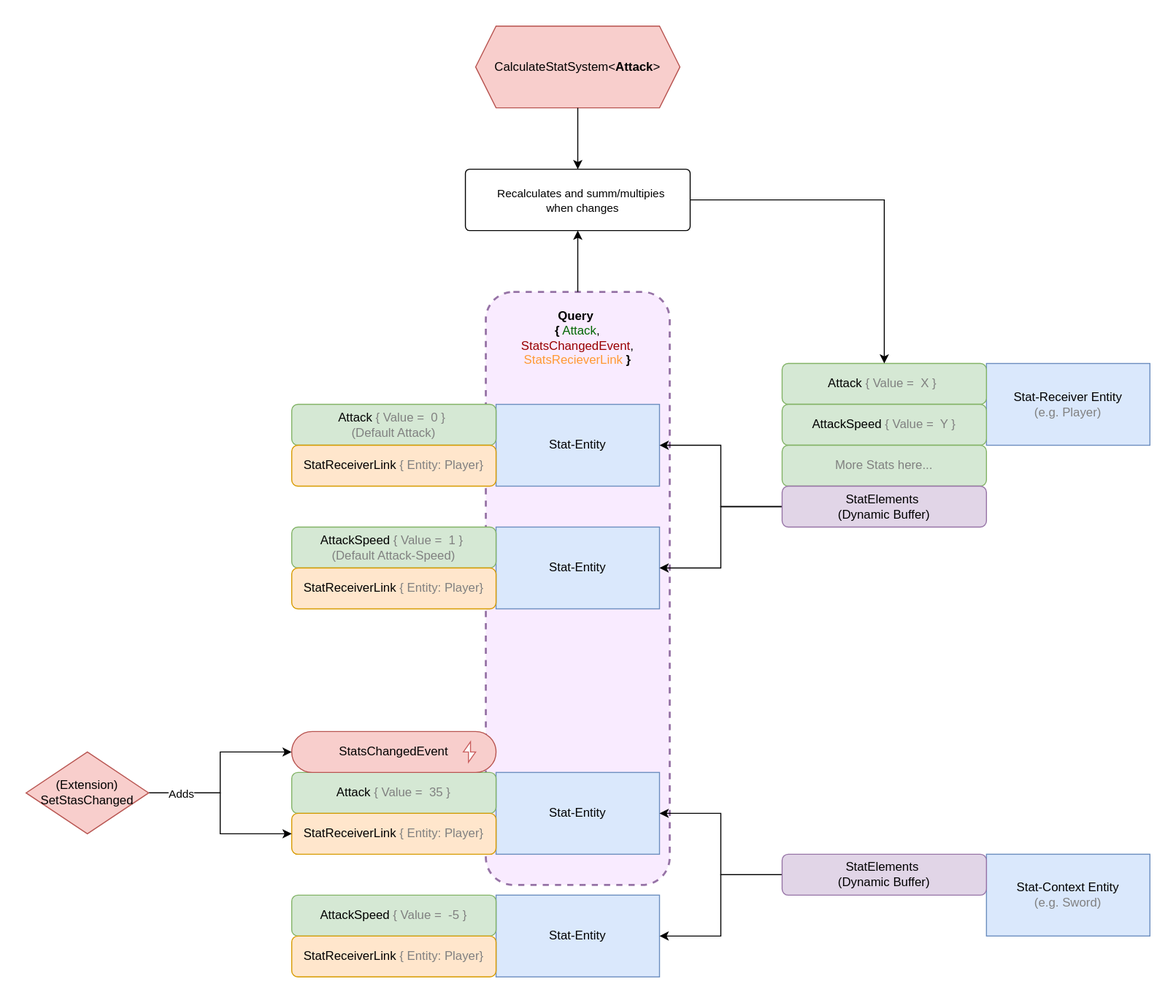
SinyavtsevIlya/DOTS-Stats keeps this draw.io diagram as Diagram.svg. Above is the earlier version. Source tidied: cells renumbered, new cells last; positions are measured from the earlier drawing's top-left corner, leaving out a move shared by most shapes.
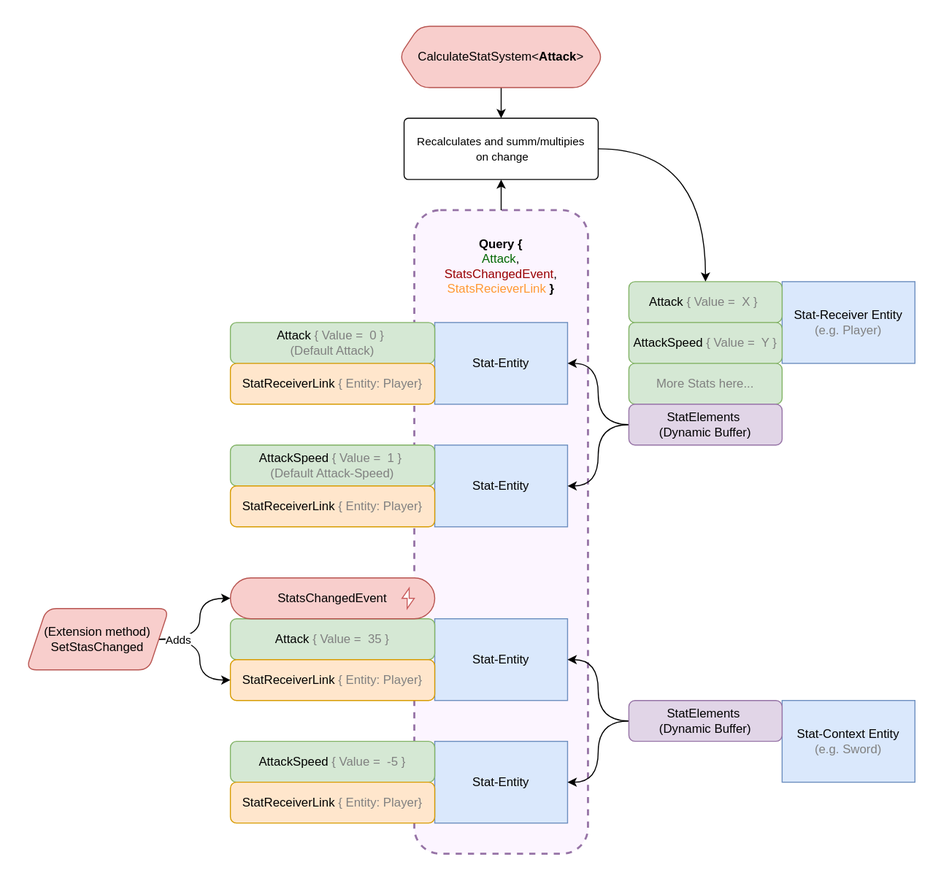
After the change.

The edit, as a diff of the source:
```diff
@@ -2,53 +2,53 @@
   <root>
     <mxCell id="0" />
     <mxCell id="1" parent="0" />
-    <mxCell id="2" style="rounded=1;whiteSpace=wrap;html=1;dashed=1;strokeWidth=2;strokeColor=#9673a6;align=left;fillColor=#F9EBFF;" parent="1" vertex="1">
-      <mxGeometry x="450" y="260" width="180" height="580" as="geometry" />
+    <mxCell id="2" style="rounded=1;whiteSpace=wrap;html=1;dashed=1;strokeWidth=2;strokeColor=#9673a6;align=left;glass=0;fillColor=#FCF5FF;" parent="1" vertex="1">
+      <mxGeometry x="440" y="260" width="170" height="630" as="geometry" />
     </mxCell>
     <mxCell id="3" value="Stat-Context Entity&lt;br&gt;&lt;font color=&quot;#808080&quot;&gt;(e.g. Sword)&lt;/font&gt;" style="rounded=0;whiteSpace=wrap;html=1;fillColor=#dae8fc;strokeColor=#6c8ebf;" parent="1" vertex="1">
-      <mxGeometry x="940" y="810" width="160" height="80" as="geometry" />
+      <mxGeometry x="800" y="740" width="130" height="80" as="geometry" />
     </mxCell>
     <mxCell id="4" value="Stat-Entity" style="rounded=0;whiteSpace=wrap;html=1;fillColor=#dae8fc;strokeColor=#6c8ebf;" parent="1" vertex="1">
-      <mxGeometry x="460" y="730" width="160" height="80" as="geometry" />
+      <mxGeometry x="460" y="660" width="130" height="80" as="geometry" />
     </mxCell>
     <mxCell id="5" value="Attack&lt;font color=&quot;#808080&quot;&gt; { Value =&amp;nbsp; 35 }&lt;/font&gt;" style="rounded=1;whiteSpace=wrap;html=1;fillColor=#d5e8d4;strokeColor=#82b366;" parent="1" vertex="1">
-      <mxGeometry x="260" y="730" width="200" height="40" as="geometry" />
+      <mxGeometry x="260" y="660" width="200" height="40" as="geometry" />
     </mxCell>
     <mxCell id="6" value="StatReceiverLink &lt;font color=&quot;#808080&quot;&gt;{ Entity: Player}&lt;/font&gt;" style="rounded=1;whiteSpace=wrap;html=1;fillColor=#ffe6cc;strokeColor=#d79b00;" parent="1" vertex="1">
-      <mxGeometry x="260" y="770" width="200" height="40" as="geometry" />
+      <mxGeometry x="260" y="700" width="200" height="40" as="geometry" />
     </mxCell>
     <mxCell id="7" value="Stat-Entity" style="rounded=0;whiteSpace=wrap;html=1;fillColor=#dae8fc;strokeColor=#6c8ebf;" parent="1" vertex="1">
-      <mxGeometry x="460" y="850" width="160" height="80" as="geometry" />
+      <mxGeometry x="460" y="780" width="130" height="80" as="geometry" />
     </mxCell>
     <mxCell id="8" value="AttackSpeed&lt;font color=&quot;#808080&quot;&gt; { Value =&amp;nbsp; -5 }&lt;/font&gt;" style="rounded=1;whiteSpace=wrap;html=1;fillColor=#d5e8d4;strokeColor=#82b366;" parent="1" vertex="1">
-      <mxGeometry x="260" y="850" width="200" height="40" as="geometry" />
+      <mxGeometry x="260" y="780" width="200" height="40" as="geometry" />
     </mxCell>
     <mxCell id="9" value="StatReceiverLink &lt;font color=&quot;#808080&quot;&gt;{ Entity: Player}&lt;/font&gt;" style="rounded=1;whiteSpace=wrap;html=1;fillColor=#ffe6cc;strokeColor=#d79b00;" parent="1" vertex="1">
-      <mxGeometry x="260" y="890" width="200" height="40" as="geometry" />
+      <mxGeometry x="260" y="820" width="200" height="40" as="geometry" />
     </mxCell>
-    <mxCell id="10" style="edgeStyle=orthogonalEdgeStyle;rounded=0;jettySize=auto;html=1;" parent="1" edge="1" source="12" target="4">
+    <mxCell id="10" style="edgeStyle=orthogonalEdgeStyle;rounded=0;jettySize=auto;html=1;curved=1;" parent="1" edge="1" source="12" target="4">
       <mxGeometry relative="1" as="geometry" />
     </mxCell>
-    <mxCell id="11" style="edgeStyle=orthogonalEdgeStyle;rounded=0;jettySize=auto;html=1;entryX=1;entryY=0.5;entryDx=0;entryDy=0;" parent="1" edge="1" source="12" target="7">
+    <mxCell id="11" style="edgeStyle=orthogonalEdgeStyle;rounded=0;jettySize=auto;html=1;entryX=1;entryY=0.5;entryDx=0;entryDy=0;curved=1;" parent="1" edge="1" source="12" target="7">
       <mxGeometry relative="1" as="geometry" />
     </mxCell>
     <mxCell id="12" value="StatElements&amp;nbsp;&lt;br&gt;(Dynamic Buffer)" style="rounded=1;whiteSpace=wrap;html=1;fillColor=#e1d5e7;strokeColor=#9673a6;" parent="1" vertex="1">
-      <mxGeometry x="740" y="810" width="200" height="40" as="geometry" />
+      <mxGeometry x="650" y="740" width="150" height="40" as="geometry" />
     </mxCell>
     <mxCell id="13" value="Stat-Receiver Entity&lt;br&gt;&lt;font color=&quot;#808080&quot;&gt;(e.g. Player)&lt;/font&gt;" style="rounded=0;whiteSpace=wrap;html=1;fillColor=#dae8fc;strokeColor=#6c8ebf;" parent="1" vertex="1">
-      <mxGeometry x="940" y="330" width="160" height="80" as="geometry" />
+      <mxGeometry x="800" y="330" width="130" height="80" as="geometry" />
     </mxCell>
     <mxCell id="14" value="Attack&lt;font color=&quot;#808080&quot;&gt; { Value =&amp;nbsp; X }&amp;nbsp;&lt;br&gt;&lt;/font&gt;" style="rounded=1;whiteSpace=wrap;html=1;fillColor=#d5e8d4;strokeColor=#82b366;" parent="1" vertex="1">
-      <mxGeometry x="740" y="330" width="200" height="40" as="geometry" />
+      <mxGeometry x="650" y="330" width="150" height="40" as="geometry" />
     </mxCell>
     <mxCell id="15" value="AttackSpeed&lt;font color=&quot;#808080&quot;&gt;&amp;nbsp;{ Value =&amp;nbsp; Y }&lt;br&gt;&lt;/font&gt;" style="rounded=1;whiteSpace=wrap;html=1;fillColor=#d5e8d4;strokeColor=#82b366;" parent="1" vertex="1">
-      <mxGeometry x="740" y="370" width="200" height="40" as="geometry" />
+      <mxGeometry x="650" y="370" width="150" height="40" as="geometry" />
     </mxCell>
     <mxCell id="16" value="&lt;font color=&quot;#808080&quot;&gt;More Stats here...&lt;br&gt;&lt;/font&gt;" style="rounded=1;whiteSpace=wrap;html=1;fillColor=#d5e8d4;strokeColor=#82b366;" parent="1" vertex="1">
-      <mxGeometry x="740" y="410" width="200" height="40" as="geometry" />
+      <mxGeometry x="650" y="410" width="150" height="40" as="geometry" />
     </mxCell>
     <mxCell id="17" value="Stat-Entity" style="rounded=0;whiteSpace=wrap;html=1;fillColor=#dae8fc;strokeColor=#6c8ebf;" parent="1" vertex="1">
-      <mxGeometry x="460" y="370" width="160" height="80" as="geometry" />
+      <mxGeometry x="460" y="370" width="130" height="80" as="geometry" />
     </mxCell>
     <mxCell id="18" value="Attack&lt;font color=&quot;#808080&quot;&gt;&amp;nbsp;{ Value =&amp;nbsp; 0 }&amp;nbsp;&lt;br&gt;(Default Attack)&lt;/font&gt;" style="rounded=1;whiteSpace=wrap;html=1;fillColor=#d5e8d4;strokeColor=#82b366;" parent="1" vertex="1">
       <mxGeometry x="260" y="370" width="200" height="40" as="geometry" />
@@ -57,7 +57,7 @@
       <mxGeometry x="260" y="410" width="200" height="40" as="geometry" />
     </mxCell>
     <mxCell id="20" value="Stat-Entity" style="rounded=0;whiteSpace=wrap;html=1;fillColor=#dae8fc;strokeColor=#6c8ebf;" parent="1" vertex="1">
-      <mxGeometry x="460" y="490" width="160" height="80" as="geometry" />
+      <mxGeometry x="460" y="490" width="130" height="80" as="geometry" />
     </mxCell>
     <mxCell id="21" value="AttackSpeed&lt;font color=&quot;#808080&quot;&gt;&amp;nbsp;{ Value =&amp;nbsp; 1 }&amp;nbsp;&lt;br&gt;(Default Attack-Speed)&lt;/font&gt;" style="rounded=1;whiteSpace=wrap;html=1;fillColor=#d5e8d4;strokeColor=#82b366;" parent="1" vertex="1">
       <mxGeometry x="260" y="490" width="200" height="40" as="geometry" />
@@ -65,62 +65,52 @@
     <mxCell id="22" value="StatReceiverLink &lt;font color=&quot;#808080&quot;&gt;{ Entity: Player}&lt;/font&gt;" style="rounded=1;whiteSpace=wrap;html=1;fillColor=#ffe6cc;strokeColor=#d79b00;" parent="1" vertex="1">
       <mxGeometry x="260" y="530" width="200" height="40" as="geometry" />
     </mxCell>
-    <mxCell id="23" style="edgeStyle=orthogonalEdgeStyle;rounded=0;jettySize=auto;html=1;" parent="1" edge="1" source="25" target="17">
+    <mxCell id="23" style="edgeStyle=orthogonalEdgeStyle;rounded=0;jettySize=auto;html=1;curved=1;" parent="1" edge="1" source="25" target="17">
       <mxGeometry relative="1" as="geometry" />
     </mxCell>
-    <mxCell id="24" style="edgeStyle=orthogonalEdgeStyle;rounded=0;jettySize=auto;html=1;entryX=1;entryY=0.5;entryDx=0;entryDy=0;" parent="1" edge="1" source="25" target="20">
+    <mxCell id="24" style="edgeStyle=orthogonalEdgeStyle;rounded=0;jettySize=auto;html=1;entryX=1;entryY=0.5;entryDx=0;entryDy=0;curved=1;" parent="1" edge="1" source="25" target="20">
       <mxGeometry relative="1" as="geometry" />
     </mxCell>
     <mxCell id="25" value="StatElements&amp;nbsp;&lt;br&gt;(Dynamic Buffer)" style="rounded=1;whiteSpace=wrap;html=1;fillColor=#e1d5e7;strokeColor=#9673a6;" parent="1" vertex="1">
-      <mxGeometry x="740" y="450" width="200" height="40" as="geometry" />
+      <mxGeometry x="650" y="450" width="150" height="40" as="geometry" />
     </mxCell>
     <mxCell id="26" value="StatsChangedEvent" style="rounded=1;whiteSpace=wrap;html=1;arcSize=50;fillColor=#f8cecc;strokeColor=#b85450;" parent="1" vertex="1">
-      <mxGeometry x="260" y="690" width="200" height="40" as="geometry" />
+      <mxGeometry x="260" y="620" width="200" height="40" as="geometry" />
     </mxCell>
     <mxCell id="27" style="html=1;verticalLabelPosition=bottom;align=center;labelBackgroundColor=#ffffff;verticalAlign=top;strokeWidth=1;shadow=0;dashed=0;shape=mxgraph.ios7.icons.flash;strokeColor=#C95D5D;" parent="1" vertex="1">
-      <mxGeometry x="428" y="700" width="12" height="20" as="geometry" />
+      <mxGeometry x="428" y="630" width="12" height="20" as="geometry" />
     </mxCell>
     <mxCell id="28" style="edgeStyle=orthogonalEdgeStyle;rounded=0;jettySize=auto;html=1;entryX=0.5;entryY=0;entryDx=0;entryDy=0;startArrow=classic;startFill=1;endArrow=none;endFill=0;" parent="1" edge="1" source="36" target="2">
       <mxGeometry relative="1" as="geometry" />
     </mxCell>
+    <mxCell id="37" style="edgeStyle=orthogonalEdgeStyle;rounded=0;jettySize=auto;html=1;entryX=0.5;entryY=0;entryDx=0;entryDy=0;" parent="1" edge="1" source="29" target="36">
+      <mxGeometry relative="1" as="geometry" />
+    </mxCell>
-    <mxCell id="29" value="CalculateStatSystem&amp;lt;&lt;b&gt;Attack&lt;/b&gt;&amp;gt;" style="shape=hexagon;perimeter=hexagonPerimeter2;whiteSpace=wrap;html=1;fixedSize=1;strokeColor=#b85450;strokeWidth=1;fillColor=#f8cecc;" parent="1" vertex="1">
-      <mxGeometry x="440" width="200" height="80" as="geometry" />
+    <mxCell id="29" value="CalculateStatSystem&amp;lt;&lt;b&gt;Attack&lt;/b&gt;&amp;gt;" style="shape=hexagon;perimeter=hexagonPerimeter2;whiteSpace=wrap;html=1;fixedSize=1;strokeColor=#b85450;strokeWidth=1;fillColor=#f8cecc;rounded=1;" parent="1" vertex="1">
+      <mxGeometry x="425" y="80" width="200" height="60" as="geometry" />
     </mxCell>
-    <mxCell id="30" style="edgeStyle=orthogonalEdgeStyle;rounded=0;jettySize=auto;html=1;entryX=0;entryY=0.5;entryDx=0;entryDy=0;" parent="1" edge="1" source="33" target="26">
-      <mxGeometry relative="1" as="geometry">
-        <Array as="points">
-          <mxPoint x="190" y="750" />
-          <mxPoint x="190" y="710" />
-        </Array>
-      </mxGeometry>
-    </mxCell>
-    <mxCell id="31" style="edgeStyle=orthogonalEdgeStyle;rounded=0;jettySize=auto;html=1;entryX=0;entryY=0.5;entryDx=0;entryDy=0;" parent="1" edge="1" source="33" target="6">
-      <mxGeometry relative="1" as="geometry" />
-    </mxCell>
-    <mxCell id="32" value="Adds" style="edgeLabel;html=1;align=center;verticalAlign=middle;" parent="31" vertex="1">
-      <mxGeometry x="0.3" relative="1" as="geometry">
-        <mxPoint x="-46" y="-40" as="offset" />
-      </mxGeometry>
-    </mxCell>
-    <mxCell id="33" value="(Extension)&lt;br&gt;SetStasChanged" style="rhombus;whiteSpace=wrap;html=1;strokeColor=#b85450;strokeWidth=1;fillColor=#f8cecc;" parent="1" vertex="1">
-      <mxGeometry y="710" width="120" height="80" as="geometry" />
-    </mxCell>
-    <mxCell id="34" value="&lt;span style=&quot;text-align: left&quot;&gt;&lt;b&gt;Query&amp;nbsp;&lt;/b&gt;&lt;br&gt;&lt;b&gt;{&lt;/b&gt; &lt;font color=&quot;#006600&quot;&gt;Attack&lt;/font&gt;,&lt;br&gt;&lt;font color=&quot;#990000&quot;&gt;StatsChangedEvent&lt;/font&gt;, &lt;font color=&quot;#ff9933&quot;&gt;StatsRecieverLink &lt;/font&gt;&lt;b&gt;}&lt;/b&gt;&lt;br&gt;&lt;/span&gt;" style="text;html=1;strokeColor=none;fillColor=none;align=center;verticalAlign=middle;whiteSpace=wrap;rounded=0;dashed=1;" parent="1" vertex="1">
-      <mxGeometry x="450" y="270" width="180" height="70" as="geometry" />
+    <mxCell id="34" value="&lt;span style=&quot;text-align: left&quot;&gt;&lt;b&gt;Query&amp;nbsp;&lt;/b&gt;&lt;b&gt;{&lt;br&gt;&lt;/b&gt; &lt;font color=&quot;#006600&quot;&gt;Attack&lt;/font&gt;,&lt;br&gt;&lt;font color=&quot;#990000&quot;&gt;StatsChangedEvent&lt;/font&gt;, &lt;font color=&quot;#ff9933&quot;&gt;StatsRecieverLink &lt;/font&gt;&lt;b&gt;}&lt;/b&gt;&lt;br&gt;&lt;/span&gt;" style="text;html=1;strokeColor=none;fillColor=none;align=center;verticalAlign=middle;whiteSpace=wrap;rounded=0;dashed=1;" parent="1" vertex="1">
+      <mxGeometry x="440" y="260" width="170" height="110" as="geometry" />
     </mxCell>
-    <mxCell id="35" style="edgeStyle=orthogonalEdgeStyle;rounded=0;jettySize=auto;html=1;entryX=0.5;entryY=0;entryDx=0;entryDy=0;startArrow=none;startFill=0;endArrow=classic;endFill=1;" parent="1" edge="1" source="36" target="14">
+    <mxCell id="35" style="rounded=0;jettySize=auto;html=1;entryX=0.5;entryY=0;entryDx=0;entryDy=0;startArrow=none;startFill=0;endArrow=classic;endFill=1;edgeStyle=orthogonalEdgeStyle;curved=1;" parent="1" edge="1" source="36" target="14">
       <mxGeometry relative="1" as="geometry" />
     </mxCell>
-    <mxCell id="36" style="rounded=1;whiteSpace=wrap;html=1;strokeWidth=1;fillColor=none;arcSize=7;" parent="1" vertex="1">
-      <mxGeometry x="430" y="140" width="220" height="60" as="geometry" />
+    <mxCell id="36" value="&lt;span style=&quot;font-size: 11px ; background-color: rgb(255 , 255 , 255)&quot;&gt;Recalculates and summ/multipies&lt;/span&gt;&lt;br style=&quot;font-size: 11px&quot;&gt;&lt;span style=&quot;font-size: 11px ; background-color: rgb(255 , 255 , 255)&quot;&gt;&amp;nbsp;on change&lt;/span&gt;" style="rounded=1;whiteSpace=wrap;html=1;strokeWidth=1;arcSize=7;noLabel=0;" parent="1" vertex="1">
+      <mxGeometry x="430" y="170" width="190" height="60" as="geometry" />
     </mxCell>
-    <mxCell id="37" style="edgeStyle=orthogonalEdgeStyle;rounded=0;jettySize=auto;html=1;entryX=0.5;entryY=0;entryDx=0;entryDy=0;startArrow=none;startFill=0;endArrow=classic;endFill=1;" parent="1" edge="1" source="29" target="36">
-      <mxGeometry relative="1" as="geometry" />
-    </mxCell>
-    <mxCell id="38" value="Recalculates and summ/multipies&lt;br&gt;&amp;nbsp;when changes" style="edgeLabel;html=1;align=center;verticalAlign=middle;" parent="37" vertex="1">
-      <mxGeometry x="-0.09" y="2" relative="1" as="geometry">
-        <mxPoint y="63" as="offset" />
-      </mxGeometry>
-    </mxCell>
+    <mxCell id="39" style="edgeStyle=orthogonalEdgeStyle;rounded=0;jettySize=auto;html=1;curved=1;" parent="1" edge="1" source="41" target="26">
+      <mxGeometry relative="1" as="geometry" />
+    </mxCell>
+    <mxCell id="40" style="edgeStyle=orthogonalEdgeStyle;rounded=0;jettySize=auto;html=1;curved=1;" parent="1" edge="1" source="41" target="6">
+      <mxGeometry relative="1" as="geometry" />
+    </mxCell>
+    <mxCell id="32" value="Adds" style="edgeLabel;html=1;align=center;verticalAlign=middle;" parent="40" vertex="1">
+      <mxGeometry x="-0.39" y="-2" relative="1" as="geometry">
+        <mxPoint x="-15" y="-2" as="offset" />
+      </mxGeometry>
+    </mxCell>
+    <mxCell id="41" value="&lt;span&gt;(Extension method)&lt;/span&gt;&lt;br&gt;&lt;span&gt;SetStasChanged&lt;/span&gt;" style="shape=parallelogram;perimeter=parallelogramPerimeter;whiteSpace=wrap;html=1;fixedSize=1;rounded=1;shadow=0;glass=0;sketch=0;fillColor=#f8cecc;strokeColor=#b85450;" parent="1" vertex="1">
+      <mxGeometry x="60" y="650" width="140" height="60" as="geometry" />
+    </mxCell>
   </root>
 </mxGraphModel>
```
